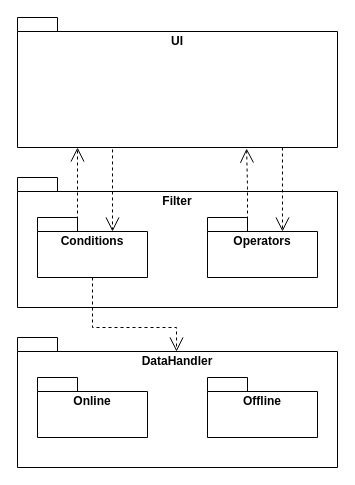
ALEEF02/PrecisionLocationProcessor keeps this draw.io diagram as UML/DrawIO/PackageDiagram.drawio. Above is the earlier version. Source tidied: cells renumbered, new cells numbered last; positions are measured from the earlier drawing's top-left corner, leaving out a move shared by most shapes. Both pictures are drawn from the tidied source at 100%, with x=0, y=0 at pixel (17, 17).
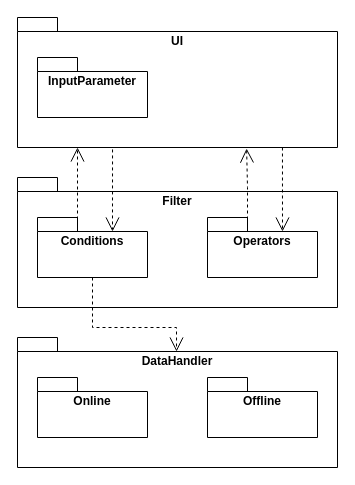
The same diagram, later.

Change to the diagram source:
```diff
@@
 <mxGraphModel>
   <root>
     <mxCell id="0" />
     <mxCell id="1" parent="0" />
     <mxCell id="2" value="Filter" style="shape=folder;fontStyle=1;spacingTop=10;tabWidth=40;tabHeight=14;tabPosition=left;html=1;whiteSpace=wrap;verticalAlign=top;" parent="1" vertex="1">
       <mxGeometry y="160" width="320" height="130" as="geometry" />
     </mxCell>
     <mxCell id="3" value="Conditions" style="shape=folder;fontStyle=1;spacingTop=10;tabWidth=40;tabHeight=14;tabPosition=left;html=1;whiteSpace=wrap;verticalAlign=top;" parent="1" vertex="1">
       <mxGeometry x="20" y="200" width="110" height="60" as="geometry" />
     </mxCell>
     <mxCell id="4" value="UI" style="shape=folder;fontStyle=1;spacingTop=10;tabWidth=40;tabHeight=14;tabPosition=left;html=1;whiteSpace=wrap;verticalAlign=top;points=[[0,0,0,0,0],[0,0,0,0,14],[0,0,0,0,43],[0,0,0,0,72],[0,0,0,0,101],[0,0,0,0,130],[0,0,0,20,0],[0,0,0,40,0],[0,0,0,40,14],[0,0,0,180,14],[0,0,0,320,14],[0,0,0,320,43],[0,0,0,320,72],[0,0,0,320,101],[0,0,0,320,130],[0.12,1,0,0,0],[0.25,1,0,0,0],[0.37,1,0,0,0],[0.5,1,0,0,0],[0.63,1,0,0,0],[0.75,1,0,0,0],[0.87,1,0,0,0]];" parent="1" vertex="1">
       <mxGeometry width="320" height="130" as="geometry" />
     </mxCell>
     <mxCell id="5" value="Operators" style="shape=folder;fontStyle=1;spacingTop=10;tabWidth=40;tabHeight=14;tabPosition=left;html=1;whiteSpace=wrap;labelPosition=center;verticalLabelPosition=middle;align=center;verticalAlign=top;" parent="1" vertex="1">
       <mxGeometry x="190" y="200" width="110" height="60" as="geometry" />
     </mxCell>
     <mxCell id="6" value="DataHandler" style="shape=folder;fontStyle=1;spacingTop=10;tabWidth=40;tabHeight=14;tabPosition=left;html=1;whiteSpace=wrap;verticalAlign=top;" parent="1" vertex="1">
       <mxGeometry y="320" width="320" height="130" as="geometry" />
     </mxCell>
     <mxCell id="7" value="Online" style="shape=folder;fontStyle=1;spacingTop=10;tabWidth=40;tabHeight=14;tabPosition=left;html=1;whiteSpace=wrap;verticalAlign=top;" parent="1" vertex="1">
       <mxGeometry x="20" y="360" width="110" height="60" as="geometry" />
     </mxCell>
     <mxCell id="8" value="Offline" style="shape=folder;fontStyle=1;spacingTop=10;tabWidth=40;tabHeight=14;tabPosition=left;html=1;whiteSpace=wrap;verticalAlign=top;" parent="1" vertex="1">
       <mxGeometry x="190" y="360" width="110" height="60" as="geometry" />
     </mxCell>
     <mxCell id="9" style="edgeStyle=orthogonalEdgeStyle;rounded=0;jettySize=auto;html=1;dashed=1;endArrow=open;endFill=0;endSize=12;entryX=0;entryY=0;entryDx=75;entryDy=14;entryPerimeter=0;exitX=0.297;exitY=1.015;exitDx=0;exitDy=0;exitPerimeter=0;" parent="1" edge="1" source="4" target="3">
       <mxGeometry relative="1" as="geometry" />
     </mxCell>
     <mxCell id="10" style="edgeStyle=orthogonalEdgeStyle;rounded=0;jettySize=auto;html=1;exitX=0;exitY=0;exitDx=40;exitDy=14;exitPerimeter=0;dashed=1;endArrow=open;endFill=0;endSize=12;" parent="1" edge="1" source="3">
       <mxGeometry relative="1" as="geometry">
         <mxPoint x="60" y="130" as="targetPoint" />
         <Array as="points">
           <mxPoint x="60" y="131" />
         </Array>
       </mxGeometry>
     </mxCell>
     <mxCell id="11" style="edgeStyle=orthogonalEdgeStyle;rounded=0;jettySize=auto;html=1;dashed=1;endArrow=open;endFill=0;endSize=12;exitX=0.828;exitY=1;exitDx=0;exitDy=0;exitPerimeter=0;entryX=0;entryY=0;entryDx=75;entryDy=14;entryPerimeter=0;" parent="1" edge="1" source="4" target="5">
       <mxGeometry relative="1" as="geometry" />
     </mxCell>
     <mxCell id="12" style="edgeStyle=orthogonalEdgeStyle;rounded=0;jettySize=auto;html=1;exitX=0;exitY=0;exitDx=40;exitDy=14;exitPerimeter=0;dashed=1;endArrow=open;endFill=0;endSize=12;entryX=0.716;entryY=1.008;entryDx=0;entryDy=0;entryPerimeter=0;" parent="1" edge="1" source="5" target="4">
       <mxGeometry relative="1" as="geometry">
         <Array as="points">
           <mxPoint x="230" y="170" />
         </Array>
       </mxGeometry>
     </mxCell>
     <mxCell id="13" style="edgeStyle=orthogonalEdgeStyle;rounded=0;jettySize=auto;html=1;exitX=0.5;exitY=1;exitDx=0;exitDy=0;exitPerimeter=0;entryX=0.497;entryY=0.108;entryDx=0;entryDy=0;entryPerimeter=0;endSize=12;endArrow=open;endFill=0;dashed=1;" parent="1" edge="1" source="3" target="6">
       <mxGeometry relative="1" as="geometry">
         <Array as="points">
           <mxPoint x="75" y="310" />
           <mxPoint x="159" y="310" />
         </Array>
       </mxGeometry>
     </mxCell>
+    <mxCell id="14" value="InputParameter" style="shape=folder;fontStyle=1;spacingTop=10;tabWidth=40;tabHeight=14;tabPosition=left;html=1;whiteSpace=wrap;verticalAlign=top;" parent="1" vertex="1">
+      <mxGeometry x="20" y="40" width="110" height="60" as="geometry" />
+    </mxCell>
   </root>
 </mxGraphModel>
```
